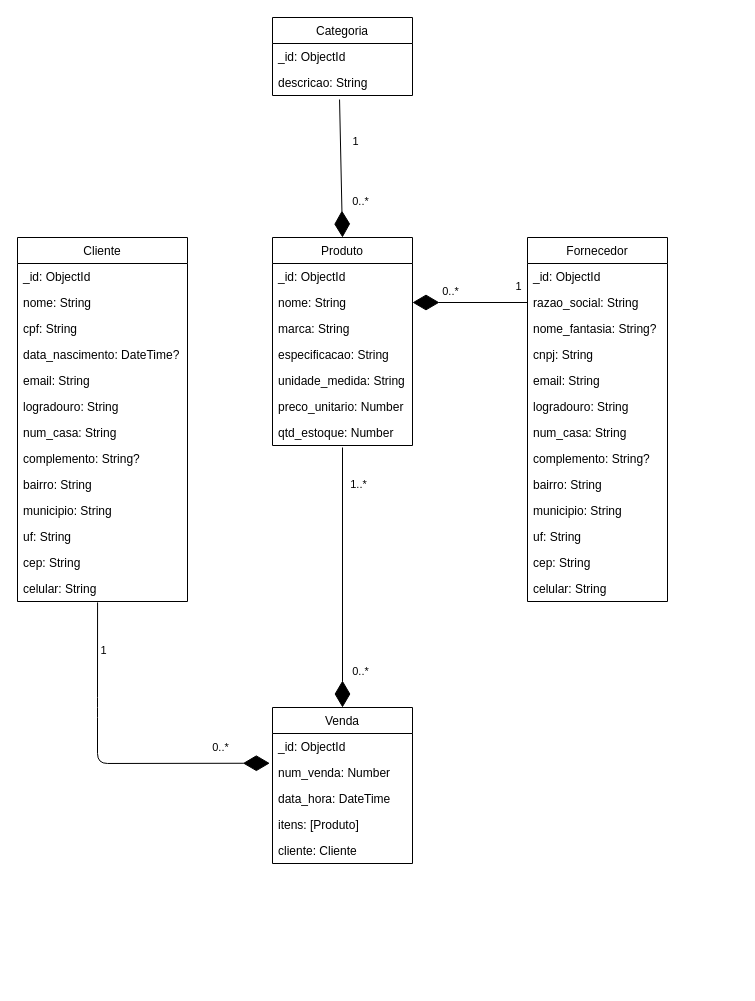
faustocintra/bn-not-2024-2 keeps this draw.io diagram as docs/NoAM.drawio. Above is the earlier version. Source tidied: cells renumbered, new cells numbered last; positions are measured from the earlier drawing's top-left corner, leaving out a move shared by most shapes. Both pictures are drawn from the tidied source at 100%, with x=0, y=0 at pixel (17, 17).
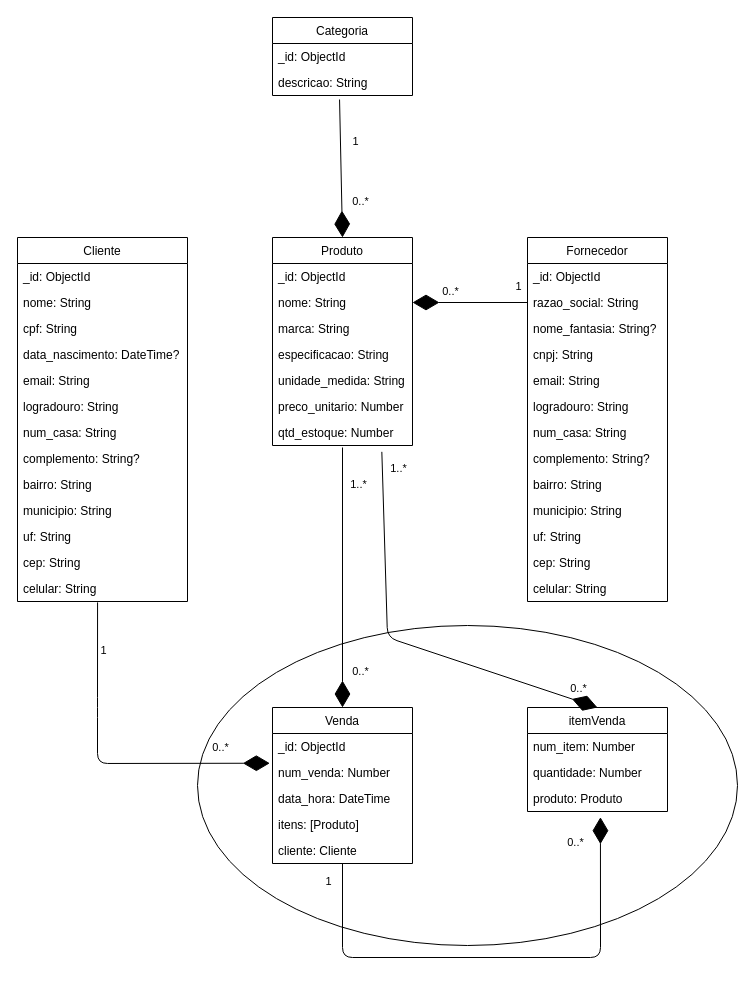
The same diagram, later.

Unchanged cells that the change refers to:
```xml
<mxCell id="23" value="qtd_estoque: Number" style="text;strokeColor=none;fillColor=none;align=left;verticalAlign=top;spacingLeft=4;spacingRight=4;overflow=hidden;points=[[0,0.5],[1,0.5]];portConstraint=eastwest;" parent="16" vertex="1">
  <mxGeometry y="182" width="140" height="26" as="geometry" />
</mxCell>
<mxCell id="46" value="cliente: Cliente" style="text;strokeColor=none;fillColor=none;align=left;verticalAlign=top;spacingLeft=4;spacingRight=4;overflow=hidden;points=[[0,0.5],[1,0.5]];portConstraint=eastwest;" parent="41" vertex="1">
  <mxGeometry y="130" width="140" height="26" as="geometry" />
</mxCell>
```

Diff of the diagram source:
```diff
@@
+    <mxCell id="59" style="ellipse;whiteSpace=wrap;html=1;" parent="1" vertex="1">
+      <mxGeometry x="180" y="608" width="540" height="320" as="geometry" />
+    </mxCell>
@@
+    <mxCell id="60" value="itemVenda" style="swimlane;fontStyle=0;horizontal=1;startSize=26;fillColor=none;" parent="1" vertex="1">
+      <mxGeometry x="510" y="690" width="140" height="104" as="geometry" />
+    </mxCell>
+    <mxCell id="61" value="num_item: Number" style="text;strokeColor=none;fillColor=none;align=left;verticalAlign=top;spacingLeft=4;spacingRight=4;overflow=hidden;" parent="60" vertex="1">
+      <mxGeometry y="26" width="140" height="26" as="geometry" />
+    </mxCell>
+    <mxCell id="62" value="quantidade: Number" style="text;strokeColor=none;fillColor=none;align=left;verticalAlign=top;spacingLeft=4;spacingRight=4;overflow=hidden;" parent="60" vertex="1">
+      <mxGeometry y="52" width="140" height="26" as="geometry" />
+    </mxCell>
+    <mxCell id="63" value="produto: Produto" style="text;strokeColor=none;fillColor=none;align=left;verticalAlign=top;spacingLeft=4;spacingRight=4;overflow=hidden;points=[[0,0.5],[1,0.5]];portConstraint=eastwest;" parent="60" vertex="1">
+      <mxGeometry y="78" width="140" height="26" as="geometry" />
+    </mxCell>
+    <mxCell id="64" style="endArrow=diamondThin;endFill=1;endSize=24;html=1;entryX=0.521;entryY=1.218;entryDx=0;entryDy=0;entryPerimeter=0;" parent="1" edge="1" source="46" target="63">
+      <mxGeometry relative="1" as="geometry">
+        <Array as="points">
+          <mxPoint x="325" y="940" />
+          <mxPoint x="583" y="940" />
+        </Array>
+      </mxGeometry>
+    </mxCell>
+    <mxCell id="65" value="1&lt;br&gt;" style="edgeLabel;html=1;align=center;verticalAlign=middle;" parent="64" vertex="1">
+      <mxGeometry x="-0.93" relative="1" as="geometry">
+        <mxPoint x="-15" as="offset" />
+      </mxGeometry>
+    </mxCell>
+    <mxCell id="66" value="0..*" style="edgeLabel;html=1;align=center;verticalAlign=middle;" parent="1" vertex="1">
+      <mxGeometry x="213.2" y="750" as="geometry">
+        <mxPoint x="344" y="74" as="offset" />
+      </mxGeometry>
+    </mxCell>
+    <mxCell id="67" style="endArrow=diamondThin;endFill=1;endSize=24;html=1;exitX=0.781;exitY=1.244;exitDx=0;exitDy=0;exitPerimeter=0;entryX=0.5;entryY=0;entryDx=0;entryDy=0;" parent="1" edge="1" source="23" target="60">
+      <mxGeometry relative="1" as="geometry">
+        <Array as="points">
+          <mxPoint x="370" y="620" />
+        </Array>
+      </mxGeometry>
+    </mxCell>
+    <mxCell id="68" value="1..*" style="edgeLabel;html=1;align=center;verticalAlign=middle;" parent="67" vertex="1">
+      <mxGeometry x="-0.4" y="1" relative="1" as="geometry">
+        <mxPoint x="11" y="-106" as="offset" />
+      </mxGeometry>
+    </mxCell>
+    <mxCell id="69" value="0..*" style="edgeLabel;html=1;align=center;verticalAlign=middle;" parent="1" vertex="1">
+      <mxGeometry x="213.2" y="739.8" as="geometry">
+        <mxPoint x="347" y="-69" as="offset" />
+      </mxGeometry>
+    </mxCell>
```
